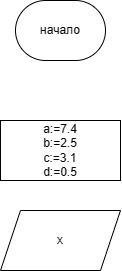
Above: Диаграмма без названия.drawio.png in H33MP/rsue (draw.io), before the change. Source tidied: cells renumbered, new cells last; positions are measured from the earlier drawing's top-left corner, leaving out a move shared by most shapes.
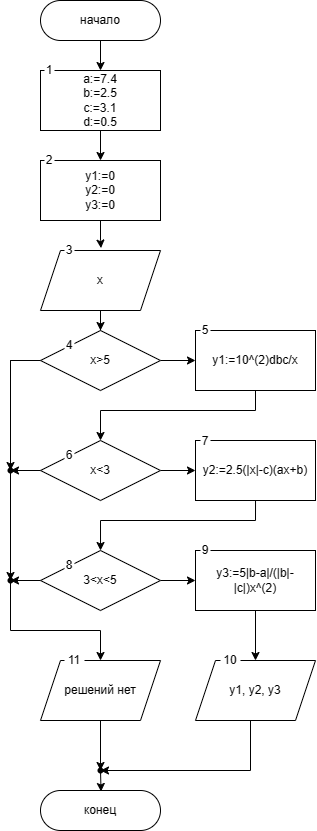
The same file after the commit.

What changed in the source:
```diff
@@ -2,14 +2,170 @@
   <root>
     <mxCell id="0" />
     <mxCell id="1" parent="0" />
+    <mxCell id="5" style="edgeStyle=orthogonalEdgeStyle;rounded=0;jettySize=auto;html=1;" parent="1" edge="1" source="2" target="3">
+      <mxGeometry relative="1" as="geometry" />
+    </mxCell>
     <mxCell id="2" value="начало" style="rounded=1;whiteSpace=wrap;html=1;arcSize=50;" parent="1" vertex="1">
-      <mxGeometry x="15" width="90" height="60" as="geometry" />
+      <mxGeometry x="5" y="-280" width="120" height="40" as="geometry" />
     </mxCell>
+    <mxCell id="6" style="edgeStyle=orthogonalEdgeStyle;rounded=0;jettySize=auto;html=1;" parent="1" edge="1" source="3" target="35">
+      <mxGeometry relative="1" as="geometry" />
+    </mxCell>
-    <mxCell id="3" value="a:=7.4&lt;br&gt;b:=2.5&lt;br&gt;c:=3.1&lt;br&gt;d:=0.5" style="rounded=0;whiteSpace=wrap;html=1;" parent="1" vertex="1">
-      <mxGeometry y="120" width="120" height="60" as="geometry" />
+    <mxCell id="3" value="&lt;font style=&quot;font-size: 12px;&quot;&gt;a:=7.4&lt;br style=&quot;&quot;&gt;b:=2.5&lt;br style=&quot;&quot;&gt;c:=3.1&lt;br style=&quot;&quot;&gt;d:=0.5&lt;/font&gt;" style="rounded=0;whiteSpace=wrap;html=1;fontSize=9;perimeterSpacing=0;shadow=0;glass=0;" parent="1" vertex="1">
+      <mxGeometry x="5" y="-210" width="120" height="60" as="geometry" />
     </mxCell>
+    <mxCell id="7" style="edgeStyle=orthogonalEdgeStyle;rounded=0;jettySize=auto;html=1;" parent="1" edge="1" source="4" target="10">
+      <mxGeometry relative="1" as="geometry" />
+    </mxCell>
     <mxCell id="4" value="x" style="shape=parallelogram;perimeter=parallelogramPerimeter;whiteSpace=wrap;html=1;fixedSize=1;" parent="1" vertex="1">
-      <mxGeometry y="210" width="120" height="60" as="geometry" />
+      <mxGeometry x="5" y="-30" width="120" height="60" as="geometry" />
     </mxCell>
+    <mxCell id="8" style="edgeStyle=orthogonalEdgeStyle;rounded=0;jettySize=auto;html=1;" parent="1" edge="1" source="10" target="12">
+      <mxGeometry relative="1" as="geometry" />
+    </mxCell>
+    <mxCell id="9" style="edgeStyle=orthogonalEdgeStyle;rounded=0;jettySize=auto;html=1;entryX=0.5;entryY=0;entryDx=0;entryDy=0;" parent="1" edge="1" source="30" target="26">
+      <mxGeometry relative="1" as="geometry">
+        <Array as="points">
+          <mxPoint x="-25" y="80" />
+          <mxPoint x="-25" y="350" />
+          <mxPoint x="65" y="350" />
+        </Array>
+      </mxGeometry>
+    </mxCell>
+    <mxCell id="10" value="x&amp;gt;5" style="rhombus;whiteSpace=wrap;html=1;" parent="1" vertex="1">
+      <mxGeometry x="5" y="50" width="120" height="60" as="geometry" />
+    </mxCell>
+    <mxCell id="11" style="edgeStyle=orthogonalEdgeStyle;rounded=0;jettySize=auto;html=1;entryX=0.5;entryY=0;entryDx=0;entryDy=0;" parent="1" edge="1" source="12" target="15">
+      <mxGeometry relative="1" as="geometry">
+        <Array as="points">
+          <mxPoint x="220" y="130" />
+          <mxPoint x="65" y="130" />
+        </Array>
+      </mxGeometry>
+    </mxCell>
+    <mxCell id="12" value="y1:=10^(2)dbc/x" style="rounded=0;whiteSpace=wrap;html=1;" parent="1" vertex="1">
+      <mxGeometry x="160" y="50" width="120" height="60" as="geometry" />
+    </mxCell>
+    <mxCell id="13" style="edgeStyle=orthogonalEdgeStyle;rounded=0;jettySize=auto;html=1;" parent="1" edge="1" source="15" target="16">
+      <mxGeometry relative="1" as="geometry" />
+    </mxCell>
+    <mxCell id="14" style="edgeStyle=orthogonalEdgeStyle;rounded=0;jettySize=auto;html=1;" parent="1" edge="1" source="15" target="28">
+      <mxGeometry relative="1" as="geometry" />
+    </mxCell>
+    <mxCell id="15" value="x&amp;lt;3" style="rhombus;whiteSpace=wrap;html=1;" parent="1" vertex="1">
+      <mxGeometry x="5" y="160" width="120" height="60" as="geometry" />
+    </mxCell>
+    <mxCell id="16" value="y2:=2.5(|x|-c)(ax+b)" style="rounded=0;whiteSpace=wrap;html=1;" parent="1" vertex="1">
+      <mxGeometry x="160" y="160" width="120" height="60" as="geometry" />
+    </mxCell>
+    <mxCell id="17" style="edgeStyle=orthogonalEdgeStyle;rounded=0;jettySize=auto;html=1;" parent="1" edge="1" source="19" target="21">
+      <mxGeometry relative="1" as="geometry" />
+    </mxCell>
+    <mxCell id="18" style="edgeStyle=orthogonalEdgeStyle;rounded=0;jettySize=auto;html=1;" parent="1" edge="1" source="19" target="30">
+      <mxGeometry relative="1" as="geometry" />
+    </mxCell>
+    <mxCell id="19" value="3&amp;lt;x&amp;lt;5" style="rhombus;whiteSpace=wrap;html=1;" parent="1" vertex="1">
+      <mxGeometry x="5" y="270" width="120" height="60" as="geometry" />
+    </mxCell>
+    <mxCell id="20" style="edgeStyle=orthogonalEdgeStyle;rounded=0;jettySize=auto;html=1;" parent="1" edge="1" source="21" target="24">
+      <mxGeometry relative="1" as="geometry" />
+    </mxCell>
+    <mxCell id="21" value="y3:=5|b-a|/(|b|-|c|)x^(2)" style="rounded=0;whiteSpace=wrap;html=1;" parent="1" vertex="1">
+      <mxGeometry x="160" y="270" width="120" height="60" as="geometry" />
+    </mxCell>
+    <mxCell id="22" style="edgeStyle=orthogonalEdgeStyle;rounded=0;orthogonalLoop=1;jettySize=auto;html=1;entryX=0.5;entryY=0;entryDx=0;entryDy=0;" parent="1" edge="1">
+      <mxGeometry relative="1" as="geometry">
+        <mxPoint x="220" y="220" as="sourcePoint" />
+        <mxPoint x="65" y="270" as="targetPoint" />
+        <Array as="points">
+          <mxPoint x="220" y="240" />
+          <mxPoint x="65" y="240" />
+        </Array>
+      </mxGeometry>
+    </mxCell>
+    <mxCell id="23" style="edgeStyle=orthogonalEdgeStyle;rounded=0;jettySize=auto;html=1;" parent="1" edge="1" source="24" target="33">
+      <mxGeometry relative="1" as="geometry">
+        <Array as="points">
+          <mxPoint x="215" y="490" />
+        </Array>
+      </mxGeometry>
+    </mxCell>
+    <mxCell id="24" value="y1, y2, y3" style="shape=parallelogram;perimeter=parallelogramPerimeter;whiteSpace=wrap;html=1;fixedSize=1;" parent="1" vertex="1">
+      <mxGeometry x="160" y="380" width="120" height="60" as="geometry" />
+    </mxCell>
+    <mxCell id="25" style="edgeStyle=orthogonalEdgeStyle;rounded=0;jettySize=auto;html=1;" parent="1" edge="1" target="31">
+      <mxGeometry relative="1" as="geometry">
+        <mxPoint x="65" y="490" as="sourcePoint" />
+      </mxGeometry>
+    </mxCell>
+    <mxCell id="26" value="решений нет" style="shape=parallelogram;perimeter=parallelogramPerimeter;whiteSpace=wrap;html=1;fixedSize=1;" parent="1" vertex="1">
+      <mxGeometry x="5" y="380" width="120" height="60" as="geometry" />
+    </mxCell>
+    <mxCell id="27" style="edgeStyle=orthogonalEdgeStyle;rounded=0;jettySize=auto;html=1;entryDx=0;entryDy=0;" parent="1" edge="1" source="10" target="28">
+      <mxGeometry relative="1" as="geometry" />
+    </mxCell>
+    <mxCell id="28" style="shape=waypoint;sketch=0;size=6;points=[];fillColor=default;perimeter=centerPerimeter;snapToPoint=1;" parent="1" vertex="1">
+      <mxGeometry x="-35" y="180" width="20" height="20" as="geometry" />
+    </mxCell>
+    <mxCell id="29" style="edgeStyle=orthogonalEdgeStyle;rounded=0;jettySize=auto;html=1;entryDx=0;entryDy=0;" parent="1" edge="1" source="28" target="30">
+      <mxGeometry relative="1" as="geometry" />
+    </mxCell>
+    <mxCell id="30" style="shape=waypoint;sketch=0;size=6;points=[];fillColor=default;perimeter=centerPerimeter;snapToPoint=1;" parent="1" vertex="1">
+      <mxGeometry x="-35" y="290" width="20" height="20" as="geometry" />
+    </mxCell>
+    <mxCell id="31" value="конец" style="rounded=1;whiteSpace=wrap;html=1;arcSize=50;" parent="1" vertex="1">
+      <mxGeometry x="5" y="510" width="120" height="40" as="geometry" />
+    </mxCell>
+    <mxCell id="32" style="edgeStyle=orthogonalEdgeStyle;rounded=0;orthogonalLoop=1;jettySize=auto;html=1;exitX=0.539;exitY=-0.108;exitDx=0;exitDy=0;exitPerimeter=0;" parent="1" edge="1">
+      <mxGeometry relative="1" as="geometry">
+        <mxPoint x="65" y="490" as="sourcePoint" />
+        <mxPoint x="65" y="490" as="targetPoint" />
+      </mxGeometry>
+    </mxCell>
+    <mxCell id="33" style="shape=waypoint;sketch=0;size=6;points=[];fillColor=default;perimeter=centerPerimeter;snapToPoint=1;" parent="1" vertex="1">
+      <mxGeometry x="55" y="480" width="20" height="20" as="geometry" />
+    </mxCell>
+    <mxCell id="34" style="edgeStyle=orthogonalEdgeStyle;rounded=0;jettySize=auto;html=1;entryX=0.582;entryY=0.125;entryDx=0;entryDy=0;entryPerimeter=0;" parent="1" edge="1" source="26" target="33">
+      <mxGeometry relative="1" as="geometry" />
+    </mxCell>
+    <mxCell id="35" value="y1:=0&lt;br&gt;y2:=0&lt;br&gt;y3:=0" style="rounded=0;whiteSpace=wrap;html=1;" parent="1" vertex="1">
+      <mxGeometry x="5" y="-120" width="120" height="60" as="geometry" />
+    </mxCell>
+    <mxCell id="36" style="edgeStyle=orthogonalEdgeStyle;rounded=0;jettySize=auto;html=1;entryX=0.504;entryY=-0.04;entryDx=0;entryDy=0;entryPerimeter=0;" parent="1" edge="1" source="35" target="4">
+      <mxGeometry relative="1" as="geometry" />
+    </mxCell>
+    <mxCell id="37" value="1" style="text;html=1;strokeColor=none;fillColor=default;align=center;verticalAlign=middle;whiteSpace=wrap;rounded=0;" parent="1" vertex="1">
+      <mxGeometry x="9" y="-215" width="10" height="10" as="geometry" />
+    </mxCell>
+    <mxCell id="38" value="2" style="text;html=1;strokeColor=none;fillColor=default;align=center;verticalAlign=middle;whiteSpace=wrap;rounded=0;" parent="1" vertex="1">
+      <mxGeometry x="9" y="-125" width="10" height="10" as="geometry" />
+    </mxCell>
+    <mxCell id="39" value="3" style="text;html=1;strokeColor=none;fillColor=default;align=center;verticalAlign=middle;whiteSpace=wrap;rounded=0;" parent="1" vertex="1">
+      <mxGeometry x="29" y="-35" width="10" height="10" as="geometry" />
+    </mxCell>
+    <mxCell id="40" value="4" style="text;html=1;strokeColor=none;fillColor=default;align=center;verticalAlign=middle;whiteSpace=wrap;rounded=0;" parent="1" vertex="1">
+      <mxGeometry x="29" y="60" width="10" height="10" as="geometry" />
+    </mxCell>
+    <mxCell id="41" value="5" style="text;html=1;strokeColor=none;fillColor=default;align=center;verticalAlign=middle;whiteSpace=wrap;rounded=0;" parent="1" vertex="1">
+      <mxGeometry x="165" y="45" width="10" height="10" as="geometry" />
+    </mxCell>
+    <mxCell id="42" value="7" style="text;html=1;strokeColor=none;fillColor=default;align=center;verticalAlign=middle;whiteSpace=wrap;rounded=0;" parent="1" vertex="1">
+      <mxGeometry x="165" y="156" width="10" height="10" as="geometry" />
+    </mxCell>
+    <mxCell id="43" value="6" style="text;html=1;strokeColor=none;fillColor=default;align=center;verticalAlign=middle;whiteSpace=wrap;rounded=0;" parent="1" vertex="1">
+      <mxGeometry x="29" y="170" width="10" height="10" as="geometry" />
+    </mxCell>
+    <mxCell id="44" value="8" style="text;html=1;strokeColor=none;fillColor=default;align=center;verticalAlign=middle;whiteSpace=wrap;rounded=0;" parent="1" vertex="1">
+      <mxGeometry x="29" y="280" width="10" height="10" as="geometry" />
+    </mxCell>
+    <mxCell id="45" value="9" style="text;html=1;strokeColor=none;fillColor=default;align=center;verticalAlign=middle;whiteSpace=wrap;rounded=0;" parent="1" vertex="1">
+      <mxGeometry x="165" y="265" width="10" height="10" as="geometry" />
+    </mxCell>
+    <mxCell id="46" value="10" style="text;html=1;strokeColor=none;fillColor=default;align=center;verticalAlign=middle;whiteSpace=wrap;rounded=0;" parent="1" vertex="1">
+      <mxGeometry x="185" y="375" width="20" height="10" as="geometry" />
+    </mxCell>
+    <mxCell id="47" value="11" style="text;html=1;strokeColor=none;fillColor=default;align=center;verticalAlign=middle;whiteSpace=wrap;rounded=0;" parent="1" vertex="1">
+      <mxGeometry x="29" y="375" width="20" height="10" as="geometry" />
+    </mxCell>
   </root>
 </mxGraphModel>
```
